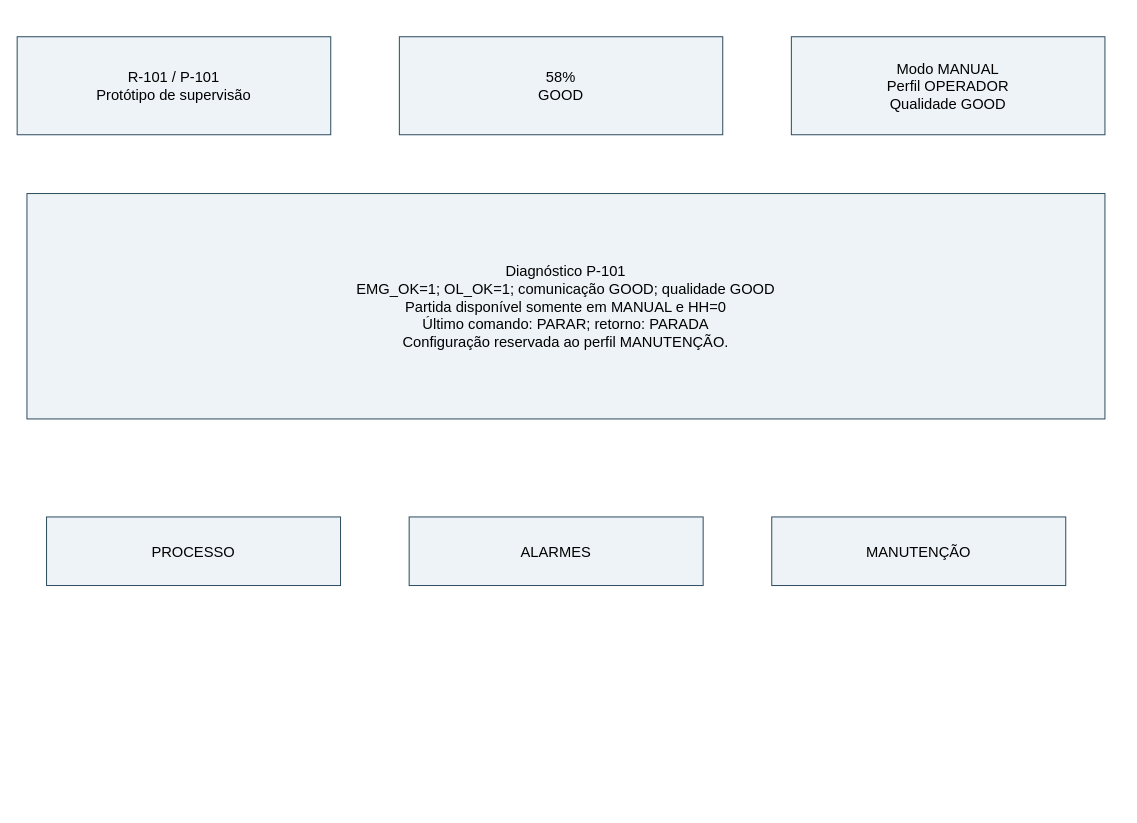
Above: page "TP08 - Manutenção" (3 of 11) of TP08/prototipo/prototipo.drawio in HomemDaGrana/sistemas-automatizados (draw.io), before the change. Source tidied: cells renumbered, new cells numbered last; positions are measured from the earlier drawing's top-left corner, leaving out a move shared by most shapes. Both pictures are drawn from the tidied source at 98%, with x=0, y=0 at pixel (17, 36).
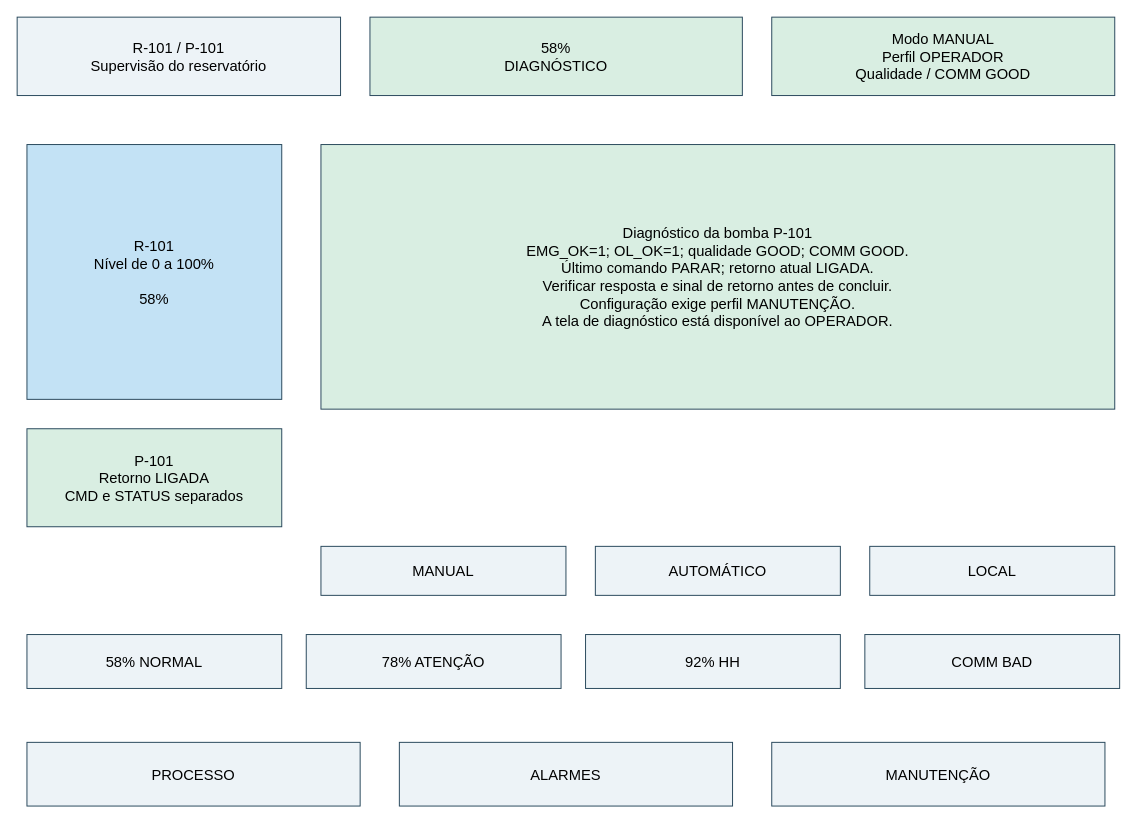
The same page after the edit.

Diff of the diagram source:
```diff
@@
 <mxGraphModel>
   <root>
     <mxCell id="0" />
     <mxCell id="1" parent="0" />
-    <mxCell id="2" value="R-101 / P-101&lt;br&gt;Protótipo de supervisão" style="whiteSpace=wrap;html=1;fontSize=15;fontFamily=Arial;fillColor=#edf3f7;strokeColor=#29485c;" parent="1" vertex="1">
-      <mxGeometry width="320" height="100" as="geometry" />
-    </mxCell>
-    <mxCell id="3" value="58%&lt;br&gt;GOOD" style="whiteSpace=wrap;html=1;fontSize=15;fontFamily=Arial;fillColor=#edf3f7;strokeColor=#29485c;" parent="1" vertex="1">
-      <mxGeometry x="390" width="330" height="100" as="geometry" />
-    </mxCell>
+    <mxCell id="9" value="R-101 / P-101&lt;br&gt;Supervisão do reservatório" style="whiteSpace=wrap;html=1;fontSize=15;fontFamily=Arial;fillColor=#edf3f7;strokeColor=#29485c;fillColor=#edf3f7;" parent="1" vertex="1">
+      <mxGeometry y="-20" width="330" height="80" as="geometry" />
+    </mxCell>
+    <mxCell id="10" value="58%&lt;br&gt;DIAGNÓSTICO" style="whiteSpace=wrap;html=1;fontSize=15;fontFamily=Arial;fillColor=#edf3f7;strokeColor=#29485c;fillColor=#d9eee2;" parent="1" vertex="1">
+      <mxGeometry x="360" y="-20" width="380" height="80" as="geometry" />
+    </mxCell>
-    <mxCell id="4" value="Modo MANUAL&lt;br&gt;Perfil OPERADOR&lt;br&gt;Qualidade GOOD" style="whiteSpace=wrap;html=1;fontSize=15;fontFamily=Arial;fillColor=#edf3f7;strokeColor=#29485c;" parent="1" vertex="1">
-      <mxGeometry x="790" width="320" height="100" as="geometry" />
+    <mxCell id="4" value="Modo MANUAL&lt;br&gt;Perfil OPERADOR&lt;br&gt;Qualidade / COMM GOOD" style="whiteSpace=wrap;html=1;fontSize=15;fontFamily=Arial;fillColor=#edf3f7;strokeColor=#29485c;fillColor=#d9eee2;" parent="1" vertex="1">
+      <mxGeometry x="770" y="-20" width="350" height="80" as="geometry" />
     </mxCell>
-    <mxCell id="5" value="Diagnóstico P-101&lt;br&gt;EMG_OK=1; OL_OK=1; comunicação GOOD; qualidade GOOD&lt;br&gt;Partida disponível somente em MANUAL e HH=0&lt;br&gt;Último comando: PARAR; retorno: PARADA&lt;br&gt;Configuração reservada ao perfil MANUTENÇÃO." style="whiteSpace=wrap;html=1;fontSize=15;fontFamily=Arial;fillColor=#edf3f7;strokeColor=#29485c;" parent="1" vertex="1">
-      <mxGeometry x="10" y="160" width="1100" height="230" as="geometry" />
-    </mxCell>
+    <mxCell id="11" value="R-101&lt;br&gt;Nível de 0 a 100%&lt;br&gt;&lt;br&gt;58%" style="whiteSpace=wrap;html=1;fontSize=15;fontFamily=Arial;fillColor=#edf3f7;strokeColor=#29485c;fillColor=#c3e2f5;" parent="1" vertex="1">
+      <mxGeometry x="10" y="110" width="260" height="260" as="geometry" />
+    </mxCell>
+    <mxCell id="12" value="P-101&lt;br&gt;Retorno LIGADA&lt;br&gt;CMD e STATUS separados" style="whiteSpace=wrap;html=1;fontSize=15;fontFamily=Arial;fillColor=#edf3f7;strokeColor=#29485c;fillColor=#d9eee2;" parent="1" vertex="1">
+      <mxGeometry x="10" y="400" width="260" height="100" as="geometry" />
+    </mxCell>
+    <mxCell id="13" value="Diagnóstico da bomba P-101&lt;br&gt;EMG_OK=1; OL_OK=1; qualidade GOOD; COMM GOOD.&lt;br&gt;Último comando PARAR; retorno atual LIGADA.&lt;br&gt;Verificar resposta e sinal de retorno antes de concluir.&lt;br&gt;Configuração exige perfil MANUTENÇÃO.&lt;br&gt;A tela de diagnóstico está disponível ao OPERADOR." style="whiteSpace=wrap;html=1;fontSize=15;fontFamily=Arial;fillColor=#edf3f7;strokeColor=#29485c;fillColor=#d9eee2;" parent="1" vertex="1">
+      <mxGeometry x="310" y="110" width="810" height="270" as="geometry" />
+    </mxCell>
+    <mxCell id="14" value="MANUAL" style="whiteSpace=wrap;html=1;fontSize=15;fontFamily=Arial;fillColor=#edf3f7;strokeColor=#29485c;fillColor=#edf3f7;" parent="1" vertex="1">
+      <mxGeometry x="310" y="520" width="250" height="50" as="geometry" />
+    </mxCell>
+    <mxCell id="15" value="AUTOMÁTICO" style="whiteSpace=wrap;html=1;fontSize=15;fontFamily=Arial;fillColor=#edf3f7;strokeColor=#29485c;fillColor=#edf3f7;" parent="1" vertex="1">
+      <mxGeometry x="590" y="520" width="250" height="50" as="geometry" />
+    </mxCell>
+    <mxCell id="16" value="LOCAL" style="whiteSpace=wrap;html=1;fontSize=15;fontFamily=Arial;fillColor=#edf3f7;strokeColor=#29485c;fillColor=#edf3f7;" parent="1" vertex="1">
+      <mxGeometry x="870" y="520" width="250" height="50" as="geometry" />
+    </mxCell>
+    <mxCell id="17" value="58% NORMAL" style="whiteSpace=wrap;html=1;fontSize=15;fontFamily=Arial;fillColor=#edf3f7;strokeColor=#29485c;fillColor=#edf3f7;" parent="1" vertex="1">
+      <mxGeometry x="10" y="610" width="260" height="55" as="geometry" />
+    </mxCell>
+    <mxCell id="18" value="78% ATENÇÃO" style="whiteSpace=wrap;html=1;fontSize=15;fontFamily=Arial;fillColor=#edf3f7;strokeColor=#29485c;fillColor=#edf3f7;" parent="1" vertex="1">
+      <mxGeometry x="295" y="610" width="260" height="55" as="geometry" />
+    </mxCell>
+    <mxCell id="19" value="92% HH" style="whiteSpace=wrap;html=1;fontSize=15;fontFamily=Arial;fillColor=#edf3f7;strokeColor=#29485c;fillColor=#edf3f7;" parent="1" vertex="1">
+      <mxGeometry x="580" y="610" width="260" height="55" as="geometry" />
+    </mxCell>
+    <mxCell id="20" value="COMM BAD" style="whiteSpace=wrap;html=1;fontSize=15;fontFamily=Arial;fillColor=#edf3f7;strokeColor=#29485c;fillColor=#edf3f7;" parent="1" vertex="1">
+      <mxGeometry x="865" y="610" width="260" height="55" as="geometry" />
+    </mxCell>
-    <mxCell id="6" value="PROCESSO" style="whiteSpace=wrap;html=1;fontSize=15;fontFamily=Arial;fillColor=#edf3f7;strokeColor=#29485c;" parent="1" vertex="1">
-      <mxGeometry x="30" y="490" width="300" height="70" as="geometry" />
+    <mxCell id="6" value="PROCESSO" style="whiteSpace=wrap;html=1;fontSize=15;fontFamily=Arial;fillColor=#edf3f7;strokeColor=#29485c;fillColor=#edf3f7;" parent="1" vertex="1">
+      <mxGeometry x="10" y="720" width="340" height="65" as="geometry" />
     </mxCell>
-    <mxCell id="7" value="ALARMES" style="whiteSpace=wrap;html=1;fontSize=15;fontFamily=Arial;fillColor=#edf3f7;strokeColor=#29485c;" parent="1" vertex="1">
-      <mxGeometry x="400" y="490" width="300" height="70" as="geometry" />
+    <mxCell id="7" value="ALARMES" style="whiteSpace=wrap;html=1;fontSize=15;fontFamily=Arial;fillColor=#edf3f7;strokeColor=#29485c;fillColor=#edf3f7;" parent="1" vertex="1">
+      <mxGeometry x="390" y="720" width="340" height="65" as="geometry" />
     </mxCell>
-    <mxCell id="8" value="MANUTENÇÃO" style="whiteSpace=wrap;html=1;fontSize=15;fontFamily=Arial;fillColor=#edf3f7;strokeColor=#29485c;" parent="1" vertex="1">
-      <mxGeometry x="770" y="490" width="300" height="70" as="geometry" />
+    <mxCell id="8" value="MANUTENÇÃO" style="whiteSpace=wrap;html=1;fontSize=15;fontFamily=Arial;fillColor=#edf3f7;strokeColor=#29485c;fillColor=#edf3f7;" parent="1" vertex="1">
+      <mxGeometry x="770" y="720" width="340" height="65" as="geometry" />
     </mxCell>
   </root>
 </mxGraphModel>
```
